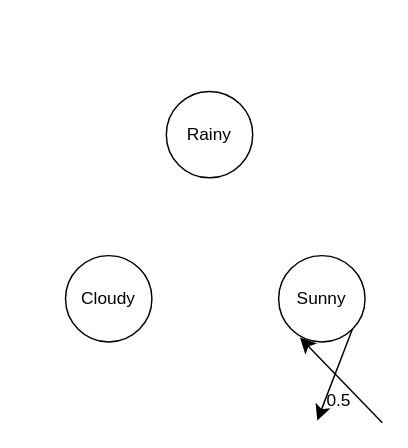
Earlier version of the draw.io diagram MarkovExerc3.drawio (olliglorioso/datasets). Source tidied: cells renumbered, new cells numbered last; positions are measured from the earlier drawing's top-left corner, leaving out a move shared by most shapes. Both pictures are drawn from the tidied source at 144%, with x=0, y=0 at pixel (65, 91).
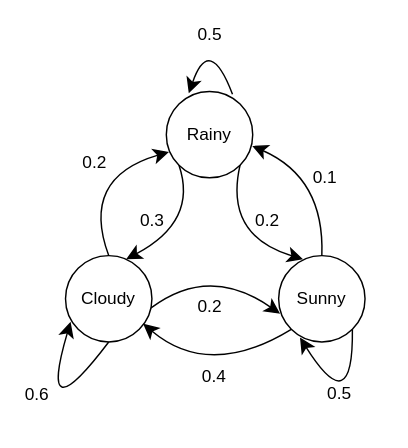
The same page after the edit.

Unchanged cells that the change refers to:
```xml
<mxCell id="2" value="Sunny" style="ellipse;whiteSpace=wrap;html=1;" parent="1" vertex="1">
  <mxGeometry x="148" y="114" width="60" height="60" as="geometry" />
</mxCell>
<mxCell id="3" value="Cloudy" style="ellipse;whiteSpace=wrap;html=1;" parent="1" vertex="1">
  <mxGeometry y="114" width="60" height="60" as="geometry" />
</mxCell>
<mxCell id="4" value="Rainy" style="ellipse;whiteSpace=wrap;html=1;" parent="1" vertex="1">
  <mxGeometry x="70" width="60" height="60" as="geometry" />
</mxCell>
```

Change to the diagram source:
```diff
@@
-    <mxCell id="5" style="endArrow=classic;html=1;rounded=0;fontSize=12;startSize=8;endSize=8;curved=1;entryX=0.247;entryY=0.949;entryDx=0;entryDy=0;exitX=1;exitY=1;exitDx=0;exitDy=0;entryPerimeter=0;" parent="1" edge="1" source="7" target="2">
-      <mxGeometry relative="1" as="geometry" />
+    <mxCell id="5" value="0.5" style="endArrow=classic;html=1;rounded=0;fontSize=12;startSize=8;endSize=8;curved=1;entryX=0.247;entryY=0.949;entryDx=0;entryDy=0;exitX=1;exitY=1;exitDx=0;exitDy=0;entryPerimeter=0;" parent="1" edge="1" source="2" target="2">
+      <mxGeometry x="0.29" y="-2" relative="1" as="geometry">
+        <Array as="points">
+          <mxPoint x="200" y="230" />
+        </Array>
+      </mxGeometry>
     </mxCell>
-    <mxCell id="6" style="endArrow=classic;html=1;rounded=0;fontSize=12;startSize=8;endSize=8;curved=1;entryX=0.247;entryY=0.949;entryDx=0;entryDy=0;exitX=1;exitY=1;exitDx=0;exitDy=0;entryPerimeter=0;" parent="1" edge="1" source="2" target="7">
-      <mxGeometry relative="1" as="geometry" />
-    </mxCell>
+    <mxCell id="8" value="0.4" style="endArrow=classic;html=1;rounded=0;fontSize=12;startSize=8;endSize=8;curved=1;entryX=0.898;entryY=0.789;entryDx=0;entryDy=0;entryPerimeter=0;exitX=0;exitY=1;exitDx=0;exitDy=0;" parent="1" edge="1" source="2" target="3">
+      <mxGeometry relative="1" as="geometry">
+        <Array as="points">
+          <mxPoint x="100" y="200" />
+        </Array>
+      </mxGeometry>
+    </mxCell>
+    <mxCell id="9" value="0.1" style="endArrow=classic;html=1;rounded=0;fontSize=12;startSize=8;endSize=8;curved=1;entryX=0.995;entryY=0.631;entryDx=0;entryDy=0;entryPerimeter=0;exitX=0.5;exitY=0;exitDx=0;exitDy=0;" parent="1" edge="1" source="2" target="4">
+      <mxGeometry relative="1" as="geometry">
+        <Array as="points">
+          <mxPoint x="180" y="60" />
+        </Array>
+      </mxGeometry>
+    </mxCell>
+    <mxCell id="10" value="0.2" style="endArrow=classic;html=1;rounded=0;fontSize=12;startSize=8;endSize=8;curved=1;entryX=0.03;entryY=0.7;entryDx=0;entryDy=0;entryPerimeter=0;exitX=0.5;exitY=0;exitDx=0;exitDy=0;" parent="1" edge="1" source="3" target="4">
+      <mxGeometry x="0.15" y="7" relative="1" as="geometry">
+        <Array as="points">
+          <mxPoint x="10" y="60" />
+        </Array>
+      </mxGeometry>
+    </mxCell>
+    <mxCell id="11" value="0.2" style="endArrow=classic;html=1;rounded=0;fontSize=12;startSize=8;endSize=8;curved=1;entryX=0.017;entryY=0.674;entryDx=0;entryDy=0;exitX=0.99;exitY=0.605;exitDx=0;exitDy=0;entryPerimeter=0;exitPerimeter=0;" parent="1" edge="1" source="3" target="2">
+      <mxGeometry x="-0.41" y="-24" relative="1" as="geometry">
+        <Array as="points">
+          <mxPoint x="100" y="120" />
+        </Array>
+      </mxGeometry>
+    </mxCell>
-    <mxCell id="7" value="0.5" style="text;html=1;whiteSpace=wrap;strokeColor=none;fillColor=none;align=center;verticalAlign=middle;rounded=0;" parent="1" vertex="1">
-      <mxGeometry x="160" y="200" width="60" height="30" as="geometry" />
+    <mxCell id="7" value="0.5" style="endArrow=classic;html=1;rounded=0;fontSize=12;startSize=8;endSize=8;curved=1;exitX=0.766;exitY=0.033;exitDx=0;exitDy=0;exitPerimeter=0;entryX=0.26;entryY=0.022;entryDx=0;entryDy=0;entryPerimeter=0;" parent="1" edge="1" source="4" target="4">
+      <mxGeometry relative="1" as="geometry">
+        <Array as="points">
+          <mxPoint x="100" y="-40" />
+        </Array>
+      </mxGeometry>
     </mxCell>
+    <mxCell id="12" value="0.2" style="endArrow=classic;html=1;rounded=0;fontSize=12;startSize=8;endSize=8;curved=1;entryX=0.282;entryY=0.041;entryDx=0;entryDy=0;exitX=1;exitY=1;exitDx=0;exitDy=0;entryPerimeter=0;" parent="1" edge="1" source="4" target="2">
+      <mxGeometry x="0.41" y="18" relative="1" as="geometry">
+        <Array as="points">
+          <mxPoint x="110" y="100" />
+        </Array>
+      </mxGeometry>
+    </mxCell>
+    <mxCell id="13" value="0.3" style="endArrow=classic;html=1;rounded=0;fontSize=12;startSize=8;endSize=8;curved=1;exitX=0;exitY=1;exitDx=0;exitDy=0;entryX=0.702;entryY=0.041;entryDx=0;entryDy=0;entryPerimeter=0;" parent="1" edge="1" source="4" target="3">
+      <mxGeometry x="0.42" y="-15" relative="1" as="geometry">
+        <Array as="points">
+          <mxPoint x="92" y="90" />
+        </Array>
+      </mxGeometry>
+    </mxCell>
+    <mxCell id="14" value="0.6" style="endArrow=classic;html=1;rounded=0;fontSize=12;startSize=8;endSize=8;curved=1;entryX=0.059;entryY=0.766;entryDx=0;entryDy=0;entryPerimeter=0;exitX=0.5;exitY=1;exitDx=0;exitDy=0;" parent="1" edge="1" source="3" target="3">
+      <mxGeometry x="0.34" y="8" relative="1" as="geometry">
+        <Array as="points">
+          <mxPoint x="-20" y="240" />
+        </Array>
+      </mxGeometry>
+    </mxCell>
```
